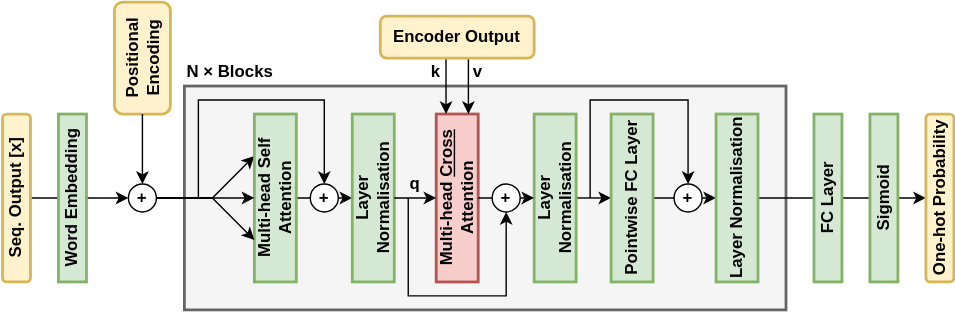
This is transformer_decoding.svg from yyhtbs-yye/course_images, a draw.io export, as it was before one commit. Source tidied: cells renumbered, new cells last; positions are measured from the earlier drawing's top-left corner, leaving out a move shared by most shapes. Its diagram source:
```xml
<mxGraphModel>
  <root>
    <mxCell id="0" />
    <mxCell id="1" parent="0" />
    <mxCell id="2" style="rounded=0;whiteSpace=wrap;html=1;strokeWidth=2;fillColor=#f5f5f5;fontColor=#333333;strokeColor=#666666;" parent="1" vertex="1">
      <mxGeometry x="130" y="60" width="430" height="160" as="geometry" />
    </mxCell>
    <mxCell id="3" style="rounded=0;jettySize=auto;html=1;entryX=0;entryY=0.25;entryDx=0;entryDy=0;" parent="1" edge="1" source="8" target="11">
      <mxGeometry relative="1" as="geometry">
        <Array as="points">
          <mxPoint x="150" y="140" />
        </Array>
      </mxGeometry>
    </mxCell>
    <mxCell id="4" style="rounded=0;jettySize=auto;html=1;" parent="1" edge="1" source="5" target="8">
      <mxGeometry relative="1" as="geometry" />
    </mxCell>
    <mxCell id="5" value="Seq. Output [x]" style="rounded=1;whiteSpace=wrap;html=1;fillColor=#fff2cc;strokeColor=#d6b656;horizontal=0;fontStyle=1;strokeWidth=2;" parent="1" vertex="1">
      <mxGeometry y="80" width="20" height="120" as="geometry" />
    </mxCell>
    <mxCell id="6" value="Word Embedding" style="rounded=0;whiteSpace=wrap;html=1;fillColor=#d5e8d4;strokeColor=#82b366;horizontal=0;fontStyle=1;strokeWidth=2;" parent="1" vertex="1">
      <mxGeometry x="40" y="80" width="20" height="120" as="geometry" />
    </mxCell>
    <mxCell id="7" value="Positional Encoding" style="rounded=1;whiteSpace=wrap;html=1;fillColor=#fff2cc;strokeColor=#d6b656;horizontal=0;fontStyle=1;strokeWidth=2;" parent="1" vertex="1">
      <mxGeometry x="80" width="40" height="80" as="geometry" />
    </mxCell>
    <mxCell id="8" value="+" style="ellipse;whiteSpace=wrap;html=1;fontStyle=1;" parent="1" vertex="1">
      <mxGeometry x="90" y="130" width="20" height="20" as="geometry" />
    </mxCell>
    <mxCell id="9" style="rounded=0;jettySize=auto;html=1;" parent="1" edge="1" source="7" target="8">
      <mxGeometry relative="1" as="geometry" />
    </mxCell>
    <mxCell id="10" style="rounded=0;jettySize=auto;html=1;" parent="1" edge="1" source="11" target="13">
      <mxGeometry relative="1" as="geometry" />
    </mxCell>
    <mxCell id="11" value="Multi-head Self Attention" style="rounded=0;whiteSpace=wrap;html=1;fillColor=#d5e8d4;strokeColor=#82b366;horizontal=0;fontStyle=1;strokeWidth=2;" parent="1" vertex="1">
      <mxGeometry x="180" y="80" width="30" height="120" as="geometry" />
    </mxCell>
    <mxCell id="12" style="rounded=0;jettySize=auto;html=1;" parent="1" edge="1" source="27" target="15">
      <mxGeometry relative="1" as="geometry" />
    </mxCell>
    <mxCell id="13" value="Layer&lt;br&gt;Normalisation" style="rounded=0;whiteSpace=wrap;html=1;fillColor=#d5e8d4;strokeColor=#82b366;horizontal=0;fontStyle=1;strokeWidth=2;" parent="1" vertex="1">
      <mxGeometry x="250" y="80" width="30" height="120" as="geometry" />
    </mxCell>
    <mxCell id="14" style="rounded=0;jettySize=auto;html=1;" parent="1" edge="1" source="15" target="17">
      <mxGeometry relative="1" as="geometry" />
    </mxCell>
    <mxCell id="15" value="Pointwise FC Layer" style="rounded=0;whiteSpace=wrap;html=1;fillColor=#d5e8d4;strokeColor=#82b366;horizontal=0;fontStyle=1;strokeWidth=2;" parent="1" vertex="1">
      <mxGeometry x="435" y="80" width="30" height="120" as="geometry" />
    </mxCell>
    <mxCell id="16" style="rounded=0;jettySize=auto;html=1;" parent="1" edge="1" source="17" target="25">
      <mxGeometry relative="1" as="geometry" />
    </mxCell>
    <mxCell id="17" value="Layer Normalisation" style="rounded=0;whiteSpace=wrap;html=1;fillColor=#d5e8d4;strokeColor=#82b366;horizontal=0;fontStyle=1;strokeWidth=2;" parent="1" vertex="1">
      <mxGeometry x="510" y="80" width="30" height="120" as="geometry" />
    </mxCell>
    <mxCell id="18" value="N × Blocks" style="text;html=1;strokeColor=none;fillColor=none;align=left;verticalAlign=middle;whiteSpace=wrap;rounded=0;fontStyle=1;" parent="1" vertex="1">
      <mxGeometry x="130" y="40" width="100" height="20" as="geometry" />
    </mxCell>
    <mxCell id="19" style="rounded=0;jettySize=auto;html=1;entryX=0;entryY=0.75;entryDx=0;entryDy=0;" parent="1" edge="1" source="8" target="11">
      <mxGeometry relative="1" as="geometry">
        <Array as="points">
          <mxPoint x="150" y="140" />
        </Array>
      </mxGeometry>
    </mxCell>
    <mxCell id="20" style="rounded=0;jettySize=auto;html=1;entryX=0;entryY=0.5;entryDx=0;entryDy=0;" parent="1" edge="1" source="8" target="11">
      <mxGeometry relative="1" as="geometry" />
    </mxCell>
    <mxCell id="21" style="endArrow=classic;html=1;rounded=0;" parent="1" edge="1" target="22">
      <mxGeometry relative="1" as="geometry">
        <mxPoint x="140" y="140" as="sourcePoint" />
        <Array as="points">
          <mxPoint x="140" y="70" />
          <mxPoint x="230" y="70" />
        </Array>
      </mxGeometry>
    </mxCell>
    <mxCell id="22" value="+" style="ellipse;whiteSpace=wrap;html=1;fontStyle=1;" parent="1" vertex="1">
      <mxGeometry x="220" y="130" width="20" height="20" as="geometry" />
    </mxCell>
    <mxCell id="23" value="+" style="ellipse;whiteSpace=wrap;html=1;fontStyle=1;" parent="1" vertex="1">
      <mxGeometry x="480" y="130" width="20" height="20" as="geometry" />
    </mxCell>
    <mxCell id="24" style="endArrow=classic;html=1;rounded=0;" parent="1" edge="1" target="23">
      <mxGeometry relative="1" as="geometry">
        <mxPoint x="420" y="140" as="sourcePoint" />
        <Array as="points">
          <mxPoint x="420" y="70" />
          <mxPoint x="490" y="70" />
        </Array>
      </mxGeometry>
    </mxCell>
    <mxCell id="25" value="One-hot Probability" style="rounded=1;whiteSpace=wrap;html=1;fillColor=#fff2cc;strokeColor=#d6b656;horizontal=0;fontStyle=1;strokeWidth=2;" parent="1" vertex="1">
      <mxGeometry x="660" y="80" width="20" height="120" as="geometry" />
    </mxCell>
    <mxCell id="26" value="Multi-head &lt;u&gt;Cross &lt;/u&gt;Attention" style="rounded=0;whiteSpace=wrap;html=1;fillColor=#f8cecc;strokeColor=#b85450;horizontal=0;fontStyle=1;strokeWidth=2;" parent="1" vertex="1">
      <mxGeometry x="310" y="80" width="30" height="120" as="geometry" />
    </mxCell>
    <mxCell id="27" value="Layer&lt;br&gt;Normalisation" style="rounded=0;whiteSpace=wrap;html=1;fillColor=#d5e8d4;strokeColor=#82b366;horizontal=0;fontStyle=1;strokeWidth=2;" parent="1" vertex="1">
      <mxGeometry x="380" y="80" width="30" height="120" as="geometry" />
    </mxCell>
    <mxCell id="28" style="endArrow=classic;html=1;rounded=0;" parent="1" edge="1" target="31">
      <mxGeometry relative="1" as="geometry">
        <mxPoint x="290" y="140" as="sourcePoint" />
        <Array as="points">
          <mxPoint x="290" y="210" />
          <mxPoint x="360" y="210" />
        </Array>
      </mxGeometry>
    </mxCell>
    <mxCell id="29" style="rounded=0;jettySize=auto;html=1;" parent="1" edge="1" source="13" target="26">
      <mxGeometry relative="1" as="geometry" />
    </mxCell>
    <mxCell id="30" style="rounded=0;jettySize=auto;html=1;" parent="1" edge="1" source="26" target="27">
      <mxGeometry relative="1" as="geometry" />
    </mxCell>
    <mxCell id="31" value="+" style="ellipse;whiteSpace=wrap;html=1;fontStyle=1;" parent="1" vertex="1">
      <mxGeometry x="350" y="130" width="20" height="20" as="geometry" />
    </mxCell>
    <mxCell id="32" style="endArrow=classic;html=1;rounded=0;entryX=0.25;entryY=0;entryDx=0;entryDy=0;" parent="1" edge="1">
      <mxGeometry relative="1" as="geometry">
        <mxPoint x="317" y="40" as="sourcePoint" />
        <mxPoint x="317" y="80" as="targetPoint" />
      </mxGeometry>
    </mxCell>
    <mxCell id="33" style="endArrow=classic;html=1;rounded=0;entryX=0.25;entryY=0;entryDx=0;entryDy=0;" parent="1" edge="1">
      <mxGeometry relative="1" as="geometry">
        <mxPoint x="333" y="40" as="sourcePoint" />
        <mxPoint x="333" y="80" as="targetPoint" />
      </mxGeometry>
    </mxCell>
    <mxCell id="34" value="q" style="text;html=1;strokeColor=none;fillColor=none;align=center;verticalAlign=middle;whiteSpace=wrap;rounded=0;fontStyle=1;" parent="1" vertex="1">
      <mxGeometry x="285" y="120" width="20" height="20" as="geometry" />
    </mxCell>
    <mxCell id="35" value="k" style="text;html=1;strokeColor=none;fillColor=none;align=center;verticalAlign=middle;whiteSpace=wrap;rounded=0;fontStyle=1;" parent="1" vertex="1">
      <mxGeometry x="300" y="40" width="20" height="20" as="geometry" />
    </mxCell>
    <mxCell id="36" value="v" style="text;html=1;strokeColor=none;fillColor=none;align=center;verticalAlign=middle;whiteSpace=wrap;rounded=0;fontStyle=1;" parent="1" vertex="1">
      <mxGeometry x="330" y="40" width="20" height="20" as="geometry" />
    </mxCell>
    <mxCell id="37" value="Encoder Output" style="rounded=1;whiteSpace=wrap;html=1;fillColor=#fff2cc;strokeColor=#d6b656;fontStyle=1;strokeWidth=2;" parent="1" vertex="1">
      <mxGeometry x="270" y="10" width="110" height="30" as="geometry" />
    </mxCell>
    <mxCell id="38" value="FC Layer" style="rounded=0;whiteSpace=wrap;html=1;fillColor=#d5e8d4;strokeColor=#82b366;horizontal=0;fontStyle=1;strokeWidth=2;" parent="1" vertex="1">
      <mxGeometry x="580" y="80" width="20" height="120" as="geometry" />
    </mxCell>
    <mxCell id="39" value="Sigmoid" style="rounded=0;whiteSpace=wrap;html=1;fillColor=#d5e8d4;strokeColor=#82b366;horizontal=0;fontStyle=1;strokeWidth=2;" parent="1" vertex="1">
      <mxGeometry x="620" y="80" width="20" height="120" as="geometry" />
    </mxCell>
  </root>
</mxGraphModel>
```
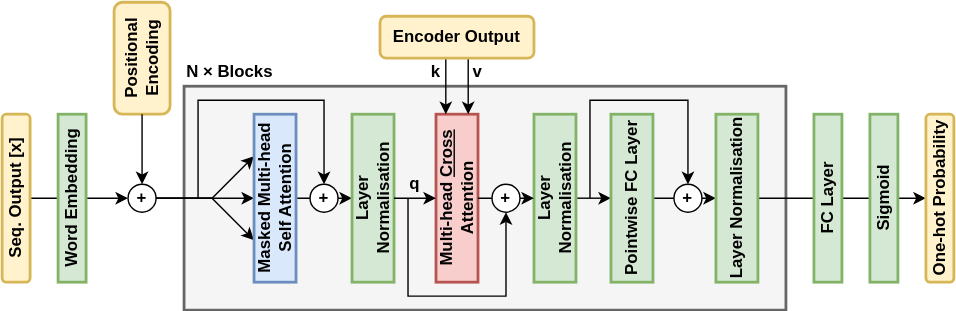
After the change.

Change to the diagram source:
```diff
@@ -5,8 +5,9 @@
     <mxCell id="2" style="rounded=0;whiteSpace=wrap;html=1;strokeWidth=2;fillColor=#f5f5f5;fontColor=#333333;strokeColor=#666666;" parent="1" vertex="1">
       <mxGeometry x="130" y="60" width="430" height="160" as="geometry" />
     </mxCell>
-    <mxCell id="3" style="rounded=0;jettySize=auto;html=1;entryX=0;entryY=0.25;entryDx=0;entryDy=0;" parent="1" edge="1" source="8" target="11">
+    <mxCell id="3" style="rounded=0;jettySize=auto;html=1;entryX=0;entryY=0.25;entryDx=0;entryDy=0;" parent="1" edge="1" source="8">
       <mxGeometry relative="1" as="geometry">
+        <mxPoint x="180" y="110" as="targetPoint" />
         <Array as="points">
           <mxPoint x="150" y="140" />
         </Array>
@@ -30,12 +31,11 @@
     <mxCell id="9" style="rounded=0;jettySize=auto;html=1;" parent="1" edge="1" source="7" target="8">
       <mxGeometry relative="1" as="geometry" />
     </mxCell>
-    <mxCell id="10" style="rounded=0;jettySize=auto;html=1;" parent="1" edge="1" source="11" target="13">
-      <mxGeometry relative="1" as="geometry" />
+    <mxCell id="10" style="rounded=0;jettySize=auto;html=1;" parent="1" edge="1" target="13">
+      <mxGeometry relative="1" as="geometry">
+        <mxPoint x="210" y="140" as="sourcePoint" />
+      </mxGeometry>
     </mxCell>
-    <mxCell id="11" value="Multi-head Self Attention" style="rounded=0;whiteSpace=wrap;html=1;fillColor=#d5e8d4;strokeColor=#82b366;horizontal=0;fontStyle=1;strokeWidth=2;" parent="1" vertex="1">
-      <mxGeometry x="180" y="80" width="30" height="120" as="geometry" />
-    </mxCell>
     <mxCell id="12" style="rounded=0;jettySize=auto;html=1;" parent="1" edge="1" source="27" target="15">
       <mxGeometry relative="1" as="geometry" />
     </mxCell>
@@ -57,15 +57,18 @@
     <mxCell id="18" value="N × Blocks" style="text;html=1;strokeColor=none;fillColor=none;align=left;verticalAlign=middle;whiteSpace=wrap;rounded=0;fontStyle=1;" parent="1" vertex="1">
       <mxGeometry x="130" y="40" width="100" height="20" as="geometry" />
     </mxCell>
-    <mxCell id="19" style="rounded=0;jettySize=auto;html=1;entryX=0;entryY=0.75;entryDx=0;entryDy=0;" parent="1" edge="1" source="8" target="11">
+    <mxCell id="19" style="rounded=0;jettySize=auto;html=1;entryX=0;entryY=0.75;entryDx=0;entryDy=0;" parent="1" edge="1" source="8">
       <mxGeometry relative="1" as="geometry">
+        <mxPoint x="180" y="170" as="targetPoint" />
         <Array as="points">
           <mxPoint x="150" y="140" />
         </Array>
       </mxGeometry>
     </mxCell>
-    <mxCell id="20" style="rounded=0;jettySize=auto;html=1;entryX=0;entryY=0.5;entryDx=0;entryDy=0;" parent="1" edge="1" source="8" target="11">
-      <mxGeometry relative="1" as="geometry" />
+    <mxCell id="20" style="rounded=0;jettySize=auto;html=1;entryX=0;entryY=0.5;entryDx=0;entryDy=0;" parent="1" edge="1" source="8">
+      <mxGeometry relative="1" as="geometry">
+        <mxPoint x="180" y="140" as="targetPoint" />
+      </mxGeometry>
     </mxCell>
     <mxCell id="21" style="endArrow=classic;html=1;rounded=0;" parent="1" edge="1" target="22">
       <mxGeometry relative="1" as="geometry">
@@ -148,5 +151,8 @@
     <mxCell id="39" value="Sigmoid" style="rounded=0;whiteSpace=wrap;html=1;fillColor=#d5e8d4;strokeColor=#82b366;horizontal=0;fontStyle=1;strokeWidth=2;" parent="1" vertex="1">
       <mxGeometry x="620" y="80" width="20" height="120" as="geometry" />
     </mxCell>
+    <mxCell id="40" value="Masked Multi-head Self Attention" style="rounded=0;whiteSpace=wrap;html=1;fillColor=#dae8fc;strokeColor=#6c8ebf;horizontal=0;fontStyle=1;strokeWidth=2;" parent="1" vertex="1">
+      <mxGeometry x="180" y="80" width="30" height="120" as="geometry" />
+    </mxCell>
   </root>
 </mxGraphModel>
```
